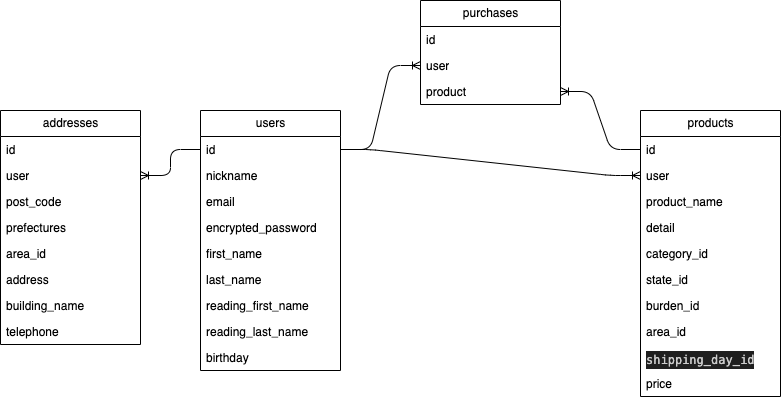
Before: FurimaER.png, a diagram exported from draw.io (someno-kaede/furima-39613). Source tidied: cells renumbered, new cells last; positions are measured from the earlier drawing's top-left corner, leaving out a move shared by most shapes.
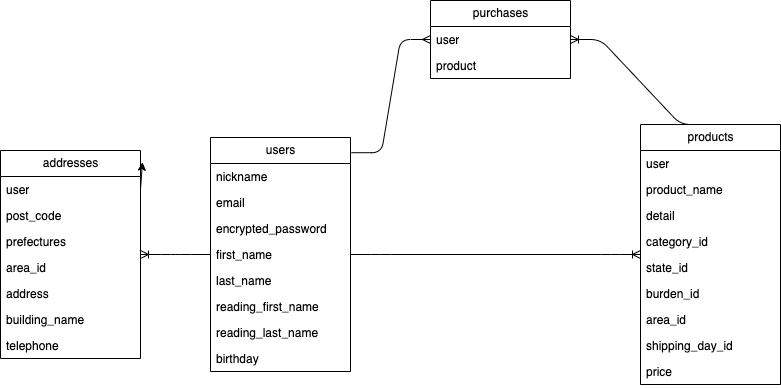
The same file after the commit.

Diff of the diagram source:
```diff
@@ -3,118 +3,109 @@
     <mxCell id="0" />
     <mxCell id="1" parent="0" />
     <mxCell id="2" value="users" style="swimlane;fontStyle=0;horizontal=1;startSize=26;fillColor=none;html=1;" parent="1" vertex="1">
-      <mxGeometry x="200" y="110" width="140" height="260" as="geometry" />
+      <mxGeometry x="210" y="97" width="140" height="234" as="geometry" />
     </mxCell>
-    <mxCell id="3" value="id&lt;br&gt;" style="text;strokeColor=none;fillColor=none;align=left;verticalAlign=top;spacingLeft=4;spacingRight=4;overflow=hidden;points=[[0,0.5],[1,0.5]];portConstraint=eastwest;whiteSpace=wrap;html=1;" parent="2" vertex="1">
-      <mxGeometry y="26" width="140" height="26" as="geometry" />
-    </mxCell>
     <mxCell id="4" value="nickname" style="text;strokeColor=none;fillColor=none;align=left;verticalAlign=top;spacingLeft=4;spacingRight=4;overflow=hidden;whiteSpace=wrap;html=1;" parent="2" vertex="1">
-      <mxGeometry y="52" width="140" height="26" as="geometry" />
+      <mxGeometry y="26" width="140" height="26" as="geometry" />
     </mxCell>
     <mxCell id="5" value="email" style="text;strokeColor=none;fillColor=none;align=left;verticalAlign=top;spacingLeft=4;spacingRight=4;overflow=hidden;whiteSpace=wrap;html=1;" parent="2" vertex="1">
-      <mxGeometry y="78" width="140" height="26" as="geometry" />
+      <mxGeometry y="52" width="140" height="26" as="geometry" />
     </mxCell>
     <mxCell id="6" value="encrypted_password" style="text;strokeColor=none;fillColor=none;align=left;verticalAlign=top;spacingLeft=4;spacingRight=4;overflow=hidden;whiteSpace=wrap;html=1;" parent="2" vertex="1">
-      <mxGeometry y="104" width="140" height="26" as="geometry" />
+      <mxGeometry y="78" width="140" height="26" as="geometry" />
     </mxCell>
     <mxCell id="7" value="first_name" style="text;strokeColor=none;fillColor=none;align=left;verticalAlign=top;spacingLeft=4;spacingRight=4;overflow=hidden;whiteSpace=wrap;html=1;" parent="2" vertex="1">
-      <mxGeometry y="130" width="140" height="26" as="geometry" />
+      <mxGeometry y="104" width="140" height="26" as="geometry" />
     </mxCell>
     <mxCell id="8" value="last_name" style="text;strokeColor=none;fillColor=none;align=left;verticalAlign=top;spacingLeft=4;spacingRight=4;overflow=hidden;whiteSpace=wrap;html=1;" parent="2" vertex="1">
-      <mxGeometry y="156" width="140" height="26" as="geometry" />
+      <mxGeometry y="130" width="140" height="26" as="geometry" />
     </mxCell>
     <mxCell id="9" value="reading_first_name" style="text;strokeColor=none;fillColor=none;align=left;verticalAlign=top;spacingLeft=4;spacingRight=4;overflow=hidden;whiteSpace=wrap;html=1;" parent="2" vertex="1">
-      <mxGeometry y="182" width="140" height="26" as="geometry" />
+      <mxGeometry y="156" width="140" height="26" as="geometry" />
     </mxCell>
     <mxCell id="10" value="reading_last_name" style="text;strokeColor=none;fillColor=none;align=left;verticalAlign=top;spacingLeft=4;spacingRight=4;overflow=hidden;whiteSpace=wrap;html=1;" parent="2" vertex="1">
-      <mxGeometry y="208" width="140" height="26" as="geometry" />
+      <mxGeometry y="182" width="140" height="26" as="geometry" />
     </mxCell>
     <mxCell id="11" value="birthday" style="text;strokeColor=none;fillColor=none;align=left;verticalAlign=top;spacingLeft=4;spacingRight=4;overflow=hidden;whiteSpace=wrap;html=1;" parent="2" vertex="1">
-      <mxGeometry y="234" width="140" height="26" as="geometry" />
+      <mxGeometry y="208" width="140" height="26" as="geometry" />
     </mxCell>
     <mxCell id="12" value="products" style="swimlane;fontStyle=0;horizontal=1;startSize=26;fillColor=none;html=1;" parent="1" vertex="1">
-      <mxGeometry x="640" y="110" width="140" height="286" as="geometry" />
+      <mxGeometry x="640" y="84" width="140" height="260" as="geometry" />
     </mxCell>
-    <mxCell id="13" value="id&lt;br&gt;" style="text;strokeColor=none;fillColor=none;align=left;verticalAlign=top;spacingLeft=4;spacingRight=4;overflow=hidden;points=[[0,0.5],[1,0.5]];portConstraint=eastwest;whiteSpace=wrap;html=1;" parent="12" vertex="1">
-      <mxGeometry y="26" width="140" height="26" as="geometry" />
-    </mxCell>
     <mxCell id="14" value="user&lt;br&gt;" style="text;strokeColor=none;fillColor=none;align=left;verticalAlign=top;spacingLeft=4;spacingRight=4;overflow=hidden;points=[[0,0.5],[1,0.5]];portConstraint=eastwest;whiteSpace=wrap;html=1;" parent="12" vertex="1">
-      <mxGeometry y="52" width="140" height="26" as="geometry" />
+      <mxGeometry y="26" width="140" height="26" as="geometry" />
     </mxCell>
     <mxCell id="15" value="product_name" style="text;strokeColor=none;fillColor=none;align=left;verticalAlign=top;spacingLeft=4;spacingRight=4;overflow=hidden;whiteSpace=wrap;html=1;" parent="12" vertex="1">
-      <mxGeometry y="78" width="140" height="26" as="geometry" />
+      <mxGeometry y="52" width="140" height="26" as="geometry" />
     </mxCell>
     <mxCell id="16" value="detail" style="text;strokeColor=none;fillColor=none;align=left;verticalAlign=top;spacingLeft=4;spacingRight=4;overflow=hidden;whiteSpace=wrap;html=1;" parent="12" vertex="1">
-      <mxGeometry y="104" width="140" height="26" as="geometry" />
+      <mxGeometry y="78" width="140" height="26" as="geometry" />
     </mxCell>
     <mxCell id="17" value="category_id" style="text;strokeColor=none;fillColor=none;align=left;verticalAlign=top;spacingLeft=4;spacingRight=4;overflow=hidden;whiteSpace=wrap;html=1;" parent="12" vertex="1">
-      <mxGeometry y="130" width="140" height="26" as="geometry" />
+      <mxGeometry y="104" width="140" height="26" as="geometry" />
     </mxCell>
     <mxCell id="18" value="state_id" style="text;strokeColor=none;fillColor=none;align=left;verticalAlign=top;spacingLeft=4;spacingRight=4;overflow=hidden;whiteSpace=wrap;html=1;" parent="12" vertex="1">
-      <mxGeometry y="156" width="140" height="26" as="geometry" />
+      <mxGeometry y="130" width="140" height="26" as="geometry" />
     </mxCell>
     <mxCell id="19" value="burden_id" style="text;strokeColor=none;fillColor=none;align=left;verticalAlign=top;spacingLeft=4;spacingRight=4;overflow=hidden;whiteSpace=wrap;html=1;" parent="12" vertex="1">
-      <mxGeometry y="182" width="140" height="26" as="geometry" />
+      <mxGeometry y="156" width="140" height="26" as="geometry" />
     </mxCell>
     <mxCell id="20" value="area_id" style="text;strokeColor=none;fillColor=none;align=left;verticalAlign=top;spacingLeft=4;spacingRight=4;overflow=hidden;whiteSpace=wrap;html=1;" parent="12" vertex="1">
-      <mxGeometry y="208" width="140" height="26" as="geometry" />
+      <mxGeometry y="182" width="140" height="26" as="geometry" />
     </mxCell>
-    <mxCell id="21" value="&lt;div style=&quot;color: rgb(204, 204, 204); background-color: rgb(31, 31, 31); font-family: Menlo, Monaco, &amp;quot;Courier New&amp;quot;, monospace; line-height: 18px;&quot;&gt;shipping_day_id&lt;/div&gt;" style="text;strokeColor=none;fillColor=none;align=left;verticalAlign=top;spacingLeft=4;spacingRight=4;overflow=hidden;whiteSpace=wrap;html=1;" parent="12" vertex="1">
-      <mxGeometry y="234" width="140" height="26" as="geometry" />
+    <mxCell id="21" value="shipping_day_id" style="text;strokeColor=none;fillColor=none;align=left;verticalAlign=top;spacingLeft=4;spacingRight=4;overflow=hidden;whiteSpace=wrap;html=1;" parent="12" vertex="1">
+      <mxGeometry y="208" width="140" height="26" as="geometry" />
     </mxCell>
     <mxCell id="22" value="price" style="text;strokeColor=none;fillColor=none;align=left;verticalAlign=top;spacingLeft=4;spacingRight=4;overflow=hidden;whiteSpace=wrap;html=1;" parent="12" vertex="1">
-      <mxGeometry y="260" width="140" height="26" as="geometry" />
+      <mxGeometry y="234" width="140" height="26" as="geometry" />
     </mxCell>
     <mxCell id="23" value="purchases" style="swimlane;fontStyle=0;horizontal=1;startSize=26;fillColor=none;html=1;" parent="1" vertex="1">
-      <mxGeometry x="420" width="140" height="104" as="geometry" />
+      <mxGeometry x="430" y="-40" width="140" height="78" as="geometry" />
     </mxCell>
-    <mxCell id="24" value="id" style="text;strokeColor=none;fillColor=none;align=left;verticalAlign=top;spacingLeft=4;spacingRight=4;overflow=hidden;whiteSpace=wrap;html=1;" parent="23" vertex="1">
-      <mxGeometry y="26" width="140" height="26" as="geometry" />
-    </mxCell>
     <mxCell id="25" value="user" style="text;strokeColor=none;fillColor=none;align=left;verticalAlign=top;spacingLeft=4;spacingRight=4;overflow=hidden;points=[[0,0.5],[1,0.5]];portConstraint=eastwest;whiteSpace=wrap;html=1;" parent="23" vertex="1">
-      <mxGeometry y="52" width="140" height="26" as="geometry" />
+      <mxGeometry y="26" width="140" height="26" as="geometry" />
     </mxCell>
     <mxCell id="26" value="product" style="text;strokeColor=none;fillColor=none;align=left;verticalAlign=top;spacingLeft=4;spacingRight=4;overflow=hidden;points=[[0,0.5],[1,0.5]];portConstraint=eastwest;whiteSpace=wrap;html=1;" parent="23" vertex="1">
-      <mxGeometry y="78" width="140" height="26" as="geometry" />
+      <mxGeometry y="52" width="140" height="26" as="geometry" />
     </mxCell>
-    <mxCell id="27" style="edgeStyle=entityRelationEdgeStyle;fontSize=12;html=1;endArrow=ERoneToMany;entryX=0;entryY=0.5;entryDx=0;entryDy=0;" parent="1" edge="1" source="3" target="14">
-      <mxGeometry relative="1" as="geometry" />
-    </mxCell>
     <mxCell id="28" value="addresses" style="swimlane;fontStyle=0;horizontal=1;startSize=26;fillColor=none;html=1;" parent="1" vertex="1">
-      <mxGeometry y="110" width="140" height="234" as="geometry" />
+      <mxGeometry y="110" width="140" height="208" as="geometry" />
     </mxCell>
-    <mxCell id="29" value="id" style="text;strokeColor=none;fillColor=none;align=left;verticalAlign=top;spacingLeft=4;spacingRight=4;overflow=hidden;whiteSpace=wrap;html=1;" parent="28" vertex="1">
-      <mxGeometry y="26" width="140" height="26" as="geometry" />
-    </mxCell>
+    <mxCell id="40" style="edgeStyle=none;html=1;exitX=1;exitY=0.5;exitDx=0;exitDy=0;entryX=1.014;entryY=0.056;entryDx=0;entryDy=0;entryPerimeter=0;" parent="28" edge="1" source="30" target="28">
+      <mxGeometry relative="1" as="geometry" />
+    </mxCell>
     <mxCell id="30" value="user" style="text;strokeColor=none;fillColor=none;align=left;verticalAlign=top;spacingLeft=4;spacingRight=4;overflow=hidden;points=[[0,0.5],[1,0.5]];portConstraint=eastwest;whiteSpace=wrap;html=1;" parent="28" vertex="1">
-      <mxGeometry y="52" width="140" height="26" as="geometry" />
+      <mxGeometry y="26" width="140" height="26" as="geometry" />
     </mxCell>
     <mxCell id="31" value="post_code" style="text;strokeColor=none;fillColor=none;align=left;verticalAlign=top;spacingLeft=4;spacingRight=4;overflow=hidden;whiteSpace=wrap;html=1;" parent="28" vertex="1">
-      <mxGeometry y="78" width="140" height="26" as="geometry" />
+      <mxGeometry y="52" width="140" height="26" as="geometry" />
     </mxCell>
     <mxCell id="32" value="prefectures" style="text;strokeColor=none;fillColor=none;align=left;verticalAlign=top;spacingLeft=4;spacingRight=4;overflow=hidden;whiteSpace=wrap;html=1;" parent="28" vertex="1">
-      <mxGeometry y="104" width="140" height="26" as="geometry" />
+      <mxGeometry y="78" width="140" height="26" as="geometry" />
     </mxCell>
     <mxCell id="33" value="area_id" style="text;strokeColor=none;fillColor=none;align=left;verticalAlign=top;spacingLeft=4;spacingRight=4;overflow=hidden;whiteSpace=wrap;html=1;" parent="28" vertex="1">
-      <mxGeometry y="130" width="140" height="26" as="geometry" />
+      <mxGeometry y="104" width="140" height="26" as="geometry" />
     </mxCell>
     <mxCell id="34" value="address" style="text;strokeColor=none;fillColor=none;align=left;verticalAlign=top;spacingLeft=4;spacingRight=4;overflow=hidden;whiteSpace=wrap;html=1;" parent="28" vertex="1">
-      <mxGeometry y="156" width="140" height="26" as="geometry" />
+      <mxGeometry y="130" width="140" height="26" as="geometry" />
     </mxCell>
     <mxCell id="35" value="building_name" style="text;strokeColor=none;fillColor=none;align=left;verticalAlign=top;spacingLeft=4;spacingRight=4;overflow=hidden;whiteSpace=wrap;html=1;" parent="28" vertex="1">
-      <mxGeometry y="182" width="140" height="26" as="geometry" />
+      <mxGeometry y="156" width="140" height="26" as="geometry" />
     </mxCell>
     <mxCell id="36" value="telephone" style="text;strokeColor=none;fillColor=none;align=left;verticalAlign=top;spacingLeft=4;spacingRight=4;overflow=hidden;whiteSpace=wrap;html=1;" parent="28" vertex="1">
-      <mxGeometry y="208" width="140" height="26" as="geometry" />
+      <mxGeometry y="182" width="140" height="26" as="geometry" />
     </mxCell>
-    <mxCell id="37" style="edgeStyle=entityRelationEdgeStyle;fontSize=12;html=1;endArrow=ERoneToMany;entryX=1;entryY=0.5;entryDx=0;entryDy=0;exitX=0;exitY=0.5;exitDx=0;exitDy=0;" parent="1" edge="1" source="3" target="30">
-      <mxGeometry relative="1" as="geometry" />
-    </mxCell>
-    <mxCell id="38" style="edgeStyle=entityRelationEdgeStyle;fontSize=12;html=1;endArrow=ERoneToMany;exitX=1;exitY=0.5;exitDx=0;exitDy=0;" parent="1" edge="1" source="3" target="25">
-      <mxGeometry relative="1" as="geometry" />
-    </mxCell>
-    <mxCell id="39" style="edgeStyle=entityRelationEdgeStyle;fontSize=12;html=1;endArrow=ERoneToMany;entryX=1;entryY=0.5;entryDx=0;entryDy=0;exitX=0;exitY=0.5;exitDx=0;exitDy=0;" parent="1" edge="1" source="13" target="26">
-      <mxGeometry relative="1" as="geometry" />
-    </mxCell>
+    <mxCell id="41" style="edgeStyle=entityRelationEdgeStyle;fontSize=12;html=1;endArrow=ERoneToMany;" parent="1" edge="1" source="2" target="28">
+      <mxGeometry relative="1" as="geometry" />
+    </mxCell>
+    <mxCell id="42" style="edgeStyle=entityRelationEdgeStyle;fontSize=12;html=1;endArrow=ERmany;exitX=1.007;exitY=0.065;exitDx=0;exitDy=0;exitPerimeter=0;" parent="1" edge="1" source="2" target="23">
+      <mxGeometry relative="1" as="geometry" />
+    </mxCell>
+    <mxCell id="43" style="edgeStyle=entityRelationEdgeStyle;fontSize=12;html=1;endArrow=ERoneToMany;" parent="1" edge="1" source="2" target="12">
+      <mxGeometry relative="1" as="geometry" />
+    </mxCell>
+    <mxCell id="44" style="edgeStyle=entityRelationEdgeStyle;fontSize=12;html=1;endArrow=ERoneToMany;exitX=0.5;exitY=0;exitDx=0;exitDy=0;" parent="1" edge="1" source="12" target="23">
+      <mxGeometry relative="1" as="geometry" />
+    </mxCell>
   </root>
 </mxGraphModel>
```
